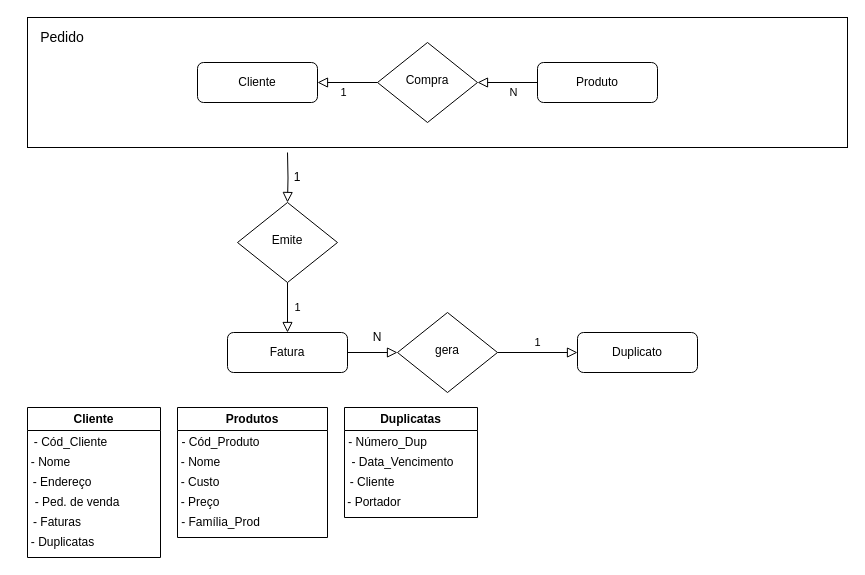
Earlier version of the draw.io diagram Diagrama sem nome.drawio (YohanSnt/PrimeiroProjeto). Source tidied: cells renumbered, new cells numbered last; positions are measured from the earlier drawing's top-left corner, leaving out a move shared by most shapes. Both pictures are drawn from the tidied source at 100%, with x=0, y=0 at pixel (20, 17).
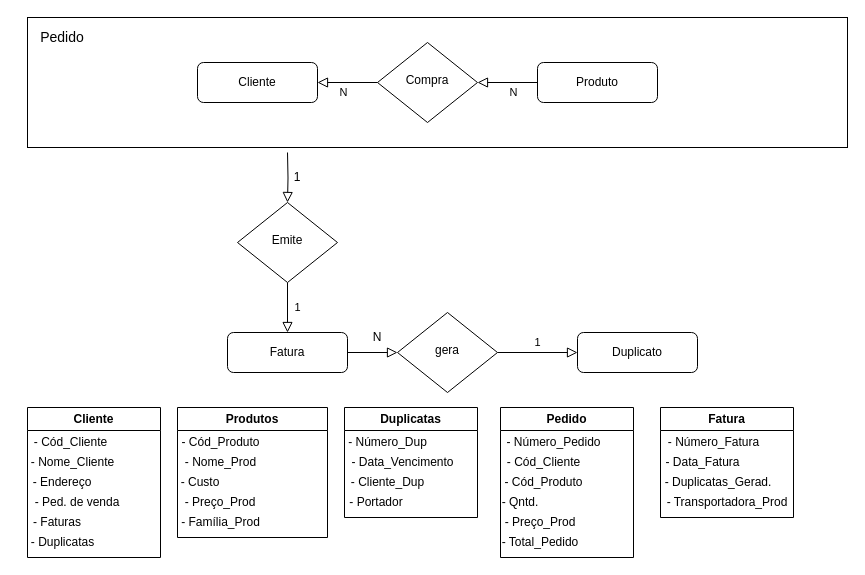
After the change.

The change refers to these unchanged cells:
```xml
<mxCell id="9" value="Compra" style="rhombus;whiteSpace=wrap;html=1;shadow=0;fontFamily=Helvetica;fontSize=12;align=center;strokeWidth=1;spacing=6;spacingTop=-4;" parent="1" vertex="1">
  <mxGeometry x="357" y="25" width="100" height="80" as="geometry" />
</mxCell>
<mxCell id="10" value="Cliente" style="rounded=1;whiteSpace=wrap;html=1;fontSize=12;glass=0;strokeWidth=1;shadow=0;" parent="1" vertex="1">
  <mxGeometry x="177" y="45" width="120" height="40" as="geometry" />
</mxCell>
<mxCell id="20" value="Cliente" style="swimlane;whiteSpace=wrap;html=1;" parent="1" vertex="1">
  <mxGeometry x="7" y="390" width="133" height="150" as="geometry" />
</mxCell>
<mxCell id="27" value="Produtos" style="swimlane;whiteSpace=wrap;html=1;" parent="1" vertex="1">
  <mxGeometry x="157" y="390" width="150" height="130" as="geometry" />
</mxCell>
<mxCell id="33" value="Duplicatas" style="swimlane;whiteSpace=wrap;html=1;" parent="1" vertex="1">
  <mxGeometry x="324" y="390" width="133" height="110" as="geometry" />
</mxCell>
```

Diff of the diagram source:
```diff
@@
-    <mxCell id="7" value="1" style="rounded=0;html=1;jettySize=auto;fontSize=11;endArrow=block;endFill=0;endSize=8;strokeWidth=1;shadow=0;labelBackgroundColor=none;edgeStyle=orthogonalEdgeStyle;" parent="1" edge="1" source="9" target="10">
+    <mxCell id="7" value="N" style="rounded=0;html=1;jettySize=auto;fontSize=11;endArrow=block;endFill=0;endSize=8;strokeWidth=1;shadow=0;labelBackgroundColor=none;edgeStyle=orthogonalEdgeStyle;" parent="1" edge="1" source="9" target="10">
       <mxGeometry x="0.14" y="10" relative="1" as="geometry" />
     </mxCell>
@@
-    <mxCell id="22" value="- Nome" style="text;html=1;align=center;verticalAlign=middle;strokeColor=none;fillColor=none;" parent="20" vertex="1">
-      <mxGeometry x="-7" y="40" width="60" height="30" as="geometry" />
+    <mxCell id="22" value="- Nome_Cliente" style="text;html=1;align=center;verticalAlign=middle;strokeColor=none;fillColor=none;" parent="20" vertex="1">
+      <mxGeometry x="-10" y="40" width="110" height="30" as="geometry" />
     </mxCell>
@@
-    <mxCell id="29" value="- Nome" style="text;html=1;align=center;verticalAlign=middle;strokeColor=none;fillColor=none;" parent="27" vertex="1">
-      <mxGeometry x="-7" y="40" width="60" height="30" as="geometry" />
+    <mxCell id="29" value="- Nome_Prod" style="text;html=1;align=center;verticalAlign=middle;strokeColor=none;fillColor=none;" parent="27" vertex="1">
+      <mxGeometry x="-2" y="40" width="90" height="30" as="geometry" />
     </mxCell>
@@
-    <mxCell id="31" value="- Preço" style="text;strokeColor=none;align=center;fillColor=none;html=1;verticalAlign=middle;whiteSpace=wrap;rounded=0;" parent="27" vertex="1">
-      <mxGeometry x="-27" y="80" width="100" height="30" as="geometry" />
+    <mxCell id="31" value="- Preço_Prod" style="text;strokeColor=none;align=center;fillColor=none;html=1;verticalAlign=middle;whiteSpace=wrap;rounded=0;" parent="27" vertex="1">
+      <mxGeometry x="-7" y="80" width="100" height="30" as="geometry" />
     </mxCell>
@@
-    <mxCell id="36" value="- Cliente" style="text;strokeColor=none;align=center;fillColor=none;html=1;verticalAlign=middle;whiteSpace=wrap;rounded=0;" parent="33" vertex="1">
-      <mxGeometry x="-7" y="60" width="70" height="30" as="geometry" />
+    <mxCell id="36" value="- Cliente_Dup" style="text;strokeColor=none;align=center;fillColor=none;html=1;verticalAlign=middle;whiteSpace=wrap;rounded=0;" parent="33" vertex="1">
+      <mxGeometry x="4.5" y="60" width="77" height="30" as="geometry" />
     </mxCell>
     <mxCell id="37" value="- Portador" style="text;strokeColor=none;align=center;fillColor=none;html=1;verticalAlign=middle;whiteSpace=wrap;rounded=0;" parent="33" vertex="1">
-      <mxGeometry x="-20" y="80" width="100" height="30" as="geometry" />
+      <mxGeometry x="-18.5" y="80" width="100" height="30" as="geometry" />
     </mxCell>
+    <mxCell id="38" value="Pedido" style="swimlane;whiteSpace=wrap;html=1;" parent="1" vertex="1">
+      <mxGeometry x="480" y="390" width="133" height="150" as="geometry" />
+    </mxCell>
+    <mxCell id="39" value="- Número_Pedido" style="text;html=1;align=center;verticalAlign=middle;strokeColor=none;fillColor=none;" parent="38" vertex="1">
+      <mxGeometry x="-7" y="20" width="120" height="30" as="geometry" />
+    </mxCell>
+    <mxCell id="40" value="- Cód_Cliente" style="text;html=1;align=center;verticalAlign=middle;strokeColor=none;fillColor=none;" parent="38" vertex="1">
+      <mxGeometry x="-7" y="40" width="100" height="30" as="geometry" />
+    </mxCell>
+    <mxCell id="41" value="- Cód_Produto" style="text;strokeColor=none;align=center;fillColor=none;html=1;verticalAlign=middle;whiteSpace=wrap;rounded=0;" parent="38" vertex="1">
+      <mxGeometry x="-5.5" y="60" width="97" height="30" as="geometry" />
+    </mxCell>
+    <mxCell id="42" value="- Qntd." style="text;strokeColor=none;align=center;fillColor=none;html=1;verticalAlign=middle;whiteSpace=wrap;rounded=0;" parent="38" vertex="1">
+      <mxGeometry x="-30" y="80" width="100" height="30" as="geometry" />
+    </mxCell>
+    <mxCell id="43" value="- Preço_Prod" style="text;strokeColor=none;align=center;fillColor=none;html=1;verticalAlign=middle;whiteSpace=wrap;rounded=0;" parent="38" vertex="1">
+      <mxGeometry y="100" width="80" height="30" as="geometry" />
+    </mxCell>
+    <mxCell id="44" value="- Total_Pedido" style="text;strokeColor=none;align=center;fillColor=none;html=1;verticalAlign=middle;whiteSpace=wrap;rounded=0;" parent="38" vertex="1">
+      <mxGeometry x="-5.5" y="120" width="90" height="30" as="geometry" />
+    </mxCell>
+    <mxCell id="45" value="Fatura" style="swimlane;whiteSpace=wrap;html=1;" parent="1" vertex="1">
+      <mxGeometry x="640" y="390" width="133" height="110" as="geometry" />
+    </mxCell>
+    <mxCell id="46" value="- Número_Fatura" style="text;html=1;align=center;verticalAlign=middle;strokeColor=none;fillColor=none;" parent="45" vertex="1">
+      <mxGeometry x="-2" y="20" width="110" height="30" as="geometry" />
+    </mxCell>
+    <mxCell id="47" value="- Transportadora_Prod" style="text;strokeColor=none;align=center;fillColor=none;html=1;verticalAlign=middle;whiteSpace=wrap;rounded=0;" parent="45" vertex="1">
+      <mxGeometry x="-8.5" y="80" width="150" height="30" as="geometry" />
+    </mxCell>
+    <mxCell id="48" value="- Duplicatas_Gerad." style="text;strokeColor=none;align=center;fillColor=none;html=1;verticalAlign=middle;whiteSpace=wrap;rounded=0;" parent="45" vertex="1">
+      <mxGeometry x="0.2" y="60" width="115.5" height="30" as="geometry" />
+    </mxCell>
+    <mxCell id="49" value="- Data_Fatura" style="text;html=1;align=center;verticalAlign=middle;strokeColor=none;fillColor=none;" parent="45" vertex="1">
+      <mxGeometry x="-8.5" y="40" width="100" height="30" as="geometry" />
+    </mxCell>
```
